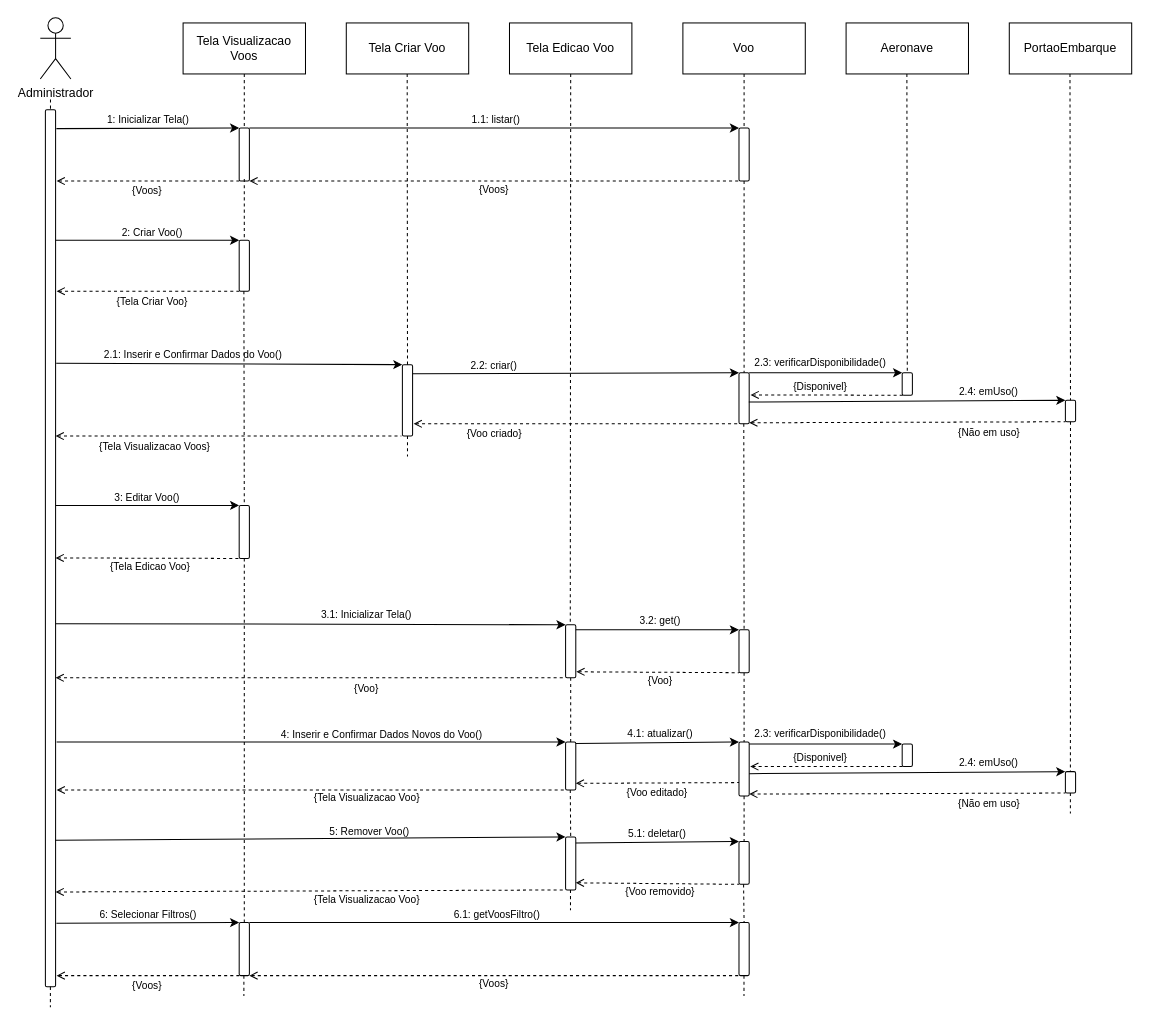
The draw.io diagram Diagramas/Eng_de_Software/Modelos/Sequencia/Manter_Voos.drawio in GabrielGMori/trabalho-conclus-o-ano, before the edit. Source tidied: cells renumbered, new cells numbered last; positions are measured from the earlier drawing's top-left corner, leaving out a move shared by most shapes. Both pictures are drawn from the tidied source at 102%, with x=0, y=0 at pixel (40, 17).
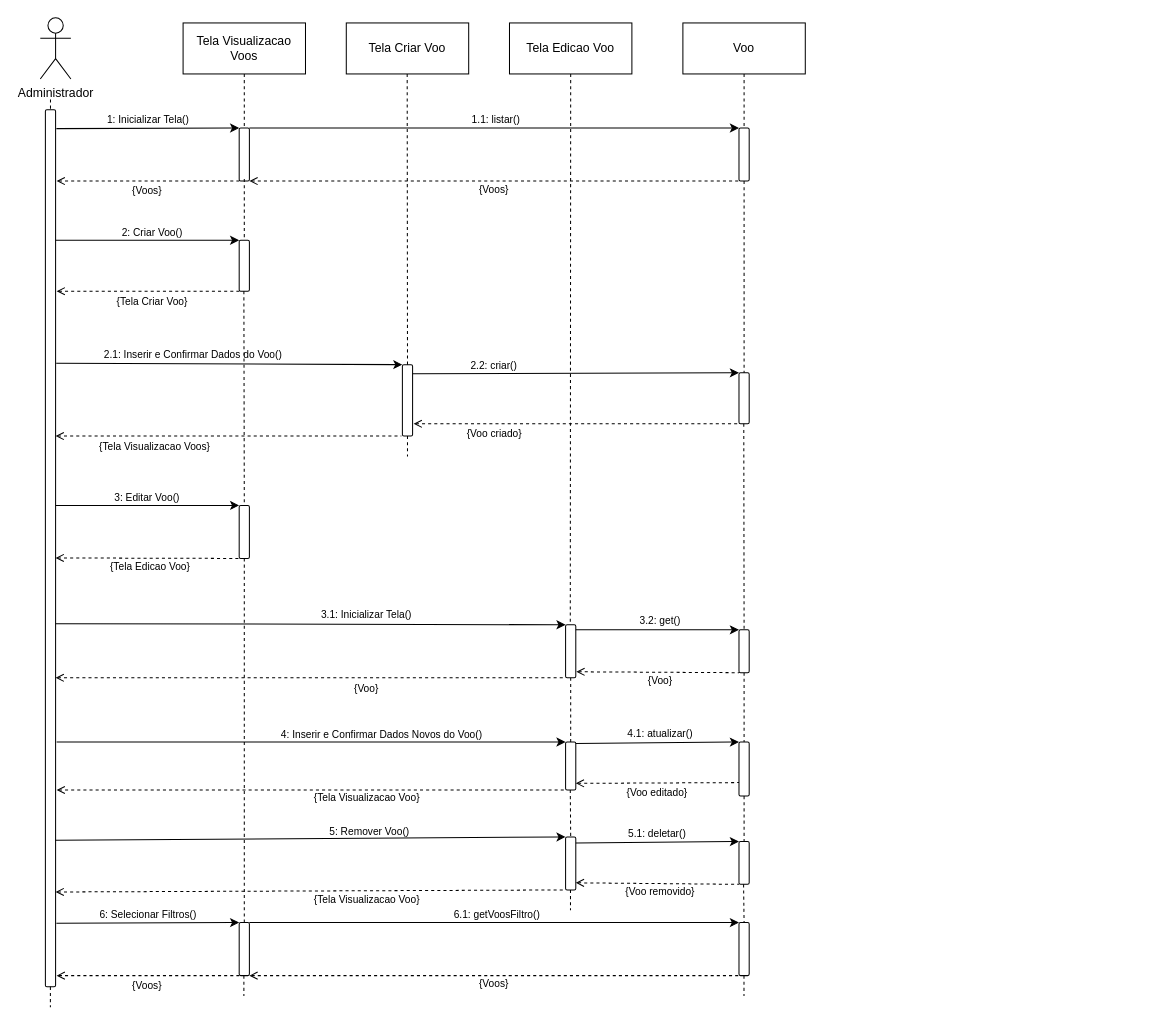
Above is the later version.

Unchanged cells that the change refers to:
```xml
<mxCell id="20" style="rounded=1;whiteSpace=wrap;html=1;" parent="1" vertex="1">
  <mxGeometry x="685" y="348" width="10" height="50" as="geometry" />
</mxCell>
```

The edit, as a diff of the source:
```diff
@@
-    <mxCell id="99" value="Aeronave" style="rounded=0;whiteSpace=wrap;html=1;" parent="1" vertex="1">
-      <mxGeometry x="790" y="5" width="120" height="50" as="geometry" />
-    </mxCell>
-    <mxCell id="100" value="PortaoEmbarque" style="rounded=0;whiteSpace=wrap;html=1;" parent="1" vertex="1">
-      <mxGeometry x="950" y="5" width="120" height="50" as="geometry" />
-    </mxCell>
-    <mxCell id="101" style="rounded=1;whiteSpace=wrap;html=1;" parent="1" vertex="1">
-      <mxGeometry x="845" y="348" width="10" height="22" as="geometry" />
-    </mxCell>
-    <mxCell id="102" style="rounded=1;whiteSpace=wrap;html=1;" parent="1" vertex="1">
-      <mxGeometry x="1005" y="375" width="10" height="21" as="geometry" />
-    </mxCell>
-    <mxCell id="103" style="endArrow=none;dashed=1;html=1;rounded=0;entryX=0.5;entryY=0;entryDx=0;entryDy=0;" parent="1" edge="1" target="101">
-      <mxGeometry relative="1" as="geometry">
-        <mxPoint x="849.6" y="55" as="sourcePoint" />
-      </mxGeometry>
-    </mxCell>
-    <mxCell id="104" style="endArrow=none;dashed=1;html=1;rounded=0;entryX=0.5;entryY=0;entryDx=0;entryDy=0;" parent="1" edge="1" target="102">
-      <mxGeometry relative="1" as="geometry">
-        <mxPoint x="1009.5" y="55" as="sourcePoint" />
-      </mxGeometry>
-    </mxCell>
-    <mxCell id="105" style="endArrow=classic;html=1;rounded=0;entryX=0;entryY=0;entryDx=0;entryDy=0;exitX=1;exitY=0;exitDx=0;exitDy=0;" parent="1" edge="1" source="20">
-      <mxGeometry relative="1" as="geometry">
-        <mxPoint x="845" y="348" as="targetPoint" />
-      </mxGeometry>
-    </mxCell>
-    <mxCell id="106" style="endArrow=none;html=1;rounded=0;entryX=0;entryY=1;entryDx=0;entryDy=0;dashed=1;endFill=0;startArrow=open;startFill=0;exitX=1.133;exitY=0.433;exitDx=0;exitDy=0;exitPerimeter=0;" parent="1" edge="1" source="20">
-      <mxGeometry relative="1" as="geometry">
-        <mxPoint x="847" y="370" as="targetPoint" />
-      </mxGeometry>
-    </mxCell>
-    <mxCell id="107" style="endArrow=classic;html=1;rounded=0;exitX=0.965;exitY=0.573;exitDx=0;exitDy=0;exitPerimeter=0;entryX=0;entryY=0;entryDx=0;entryDy=0;" parent="1" edge="1" source="20" target="102">
-      <mxGeometry relative="1" as="geometry" />
-    </mxCell>
-    <mxCell id="108" style="endArrow=none;html=1;rounded=0;entryX=0;entryY=1;entryDx=0;entryDy=0;dashed=1;endFill=0;startArrow=open;startFill=0;" parent="1" edge="1" target="102">
-      <mxGeometry relative="1" as="geometry">
-        <mxPoint x="695" y="397" as="sourcePoint" />
-      </mxGeometry>
-    </mxCell>
-    <mxCell id="109" style="endArrow=none;dashed=1;html=1;rounded=0;exitX=0.5;exitY=1;exitDx=0;exitDy=0;" parent="1" edge="1">
-      <mxGeometry relative="1" as="geometry">
-        <mxPoint x="1009.9" y="760" as="sourcePoint" />
-        <mxPoint x="1009.9" y="780" as="targetPoint" />
-      </mxGeometry>
-    </mxCell>
-    <mxCell id="110" value="2.3: verificarDisponibilidade()" style="text;html=1;align=center;verticalAlign=middle;whiteSpace=wrap;rounded=0;fontSize=10;" parent="1" vertex="1">
-      <mxGeometry x="690" y="328" width="150" height="20" as="geometry" />
-    </mxCell>
-    <mxCell id="111" value="2.4: emUso()" style="text;html=1;align=center;verticalAlign=middle;whiteSpace=wrap;rounded=0;fontSize=10;" parent="1" vertex="1">
-      <mxGeometry x="830" y="356" width="200" height="20" as="geometry" />
-    </mxCell>
-    <mxCell id="112" value="{Disponivel}" style="text;html=1;align=center;verticalAlign=middle;whiteSpace=wrap;rounded=0;fontSize=10;" parent="1" vertex="1">
-      <mxGeometry x="730" y="351" width="70" height="20" as="geometry" />
-    </mxCell>
-    <mxCell id="113" value="{Não em uso}" style="text;html=1;align=center;verticalAlign=middle;whiteSpace=wrap;rounded=0;fontSize=10;" parent="1" vertex="1">
-      <mxGeometry x="852.5" y="396" width="155" height="20" as="geometry" />
-    </mxCell>
-    <mxCell id="114" style="rounded=1;whiteSpace=wrap;html=1;" parent="1" vertex="1">
-      <mxGeometry x="845" y="712" width="10" height="22" as="geometry" />
-    </mxCell>
-    <mxCell id="115" style="rounded=1;whiteSpace=wrap;html=1;" parent="1" vertex="1">
-      <mxGeometry x="1005" y="739" width="10" height="21" as="geometry" />
-    </mxCell>
-    <mxCell id="116" style="endArrow=classic;html=1;rounded=0;entryX=0;entryY=0;entryDx=0;entryDy=0;exitX=1;exitY=0;exitDx=0;exitDy=0;" parent="1" edge="1">
-      <mxGeometry relative="1" as="geometry">
-        <mxPoint x="695" y="712" as="sourcePoint" />
-        <mxPoint x="845" y="712" as="targetPoint" />
-      </mxGeometry>
-    </mxCell>
-    <mxCell id="117" style="endArrow=none;html=1;rounded=0;entryX=0;entryY=1;entryDx=0;entryDy=0;dashed=1;endFill=0;startArrow=open;startFill=0;exitX=1.133;exitY=0.433;exitDx=0;exitDy=0;exitPerimeter=0;" parent="1" edge="1">
-      <mxGeometry relative="1" as="geometry">
-        <mxPoint x="696" y="734" as="sourcePoint" />
-        <mxPoint x="847" y="734" as="targetPoint" />
-      </mxGeometry>
-    </mxCell>
-    <mxCell id="118" style="endArrow=classic;html=1;rounded=0;exitX=0.965;exitY=0.573;exitDx=0;exitDy=0;exitPerimeter=0;entryX=0;entryY=0;entryDx=0;entryDy=0;" parent="1" edge="1" target="115">
-      <mxGeometry relative="1" as="geometry">
-        <mxPoint x="695" y="741" as="sourcePoint" />
-      </mxGeometry>
-    </mxCell>
-    <mxCell id="119" style="endArrow=none;html=1;rounded=0;entryX=0;entryY=1;entryDx=0;entryDy=0;dashed=1;endFill=0;startArrow=open;startFill=0;" parent="1" edge="1" target="115">
-      <mxGeometry relative="1" as="geometry">
-        <mxPoint x="695" y="761" as="sourcePoint" />
-      </mxGeometry>
-    </mxCell>
-    <mxCell id="120" value="2.3: verificarDisponibilidade()" style="text;html=1;align=center;verticalAlign=middle;whiteSpace=wrap;rounded=0;fontSize=10;" parent="1" vertex="1">
-      <mxGeometry x="690" y="692" width="150" height="20" as="geometry" />
-    </mxCell>
-    <mxCell id="121" value="2.4: emUso()" style="text;html=1;align=center;verticalAlign=middle;whiteSpace=wrap;rounded=0;fontSize=10;" parent="1" vertex="1">
-      <mxGeometry x="830" y="720" width="200" height="20" as="geometry" />
-    </mxCell>
-    <mxCell id="122" value="{Disponivel}" style="text;html=1;align=center;verticalAlign=middle;whiteSpace=wrap;rounded=0;fontSize=10;" parent="1" vertex="1">
-      <mxGeometry x="730" y="715" width="70" height="20" as="geometry" />
-    </mxCell>
-    <mxCell id="123" value="{Não em uso}" style="text;html=1;align=center;verticalAlign=middle;whiteSpace=wrap;rounded=0;fontSize=10;" parent="1" vertex="1">
-      <mxGeometry x="852.5" y="760" width="155" height="20" as="geometry" />
-    </mxCell>
-    <mxCell id="124" style="endArrow=none;dashed=1;html=1;rounded=0;exitX=0.5;exitY=1;exitDx=0;exitDy=0;" parent="1" edge="1" source="102">
-      <mxGeometry relative="1" as="geometry">
-        <mxPoint x="1009.9" y="739" as="targetPoint" />
-      </mxGeometry>
-    </mxCell>
```
